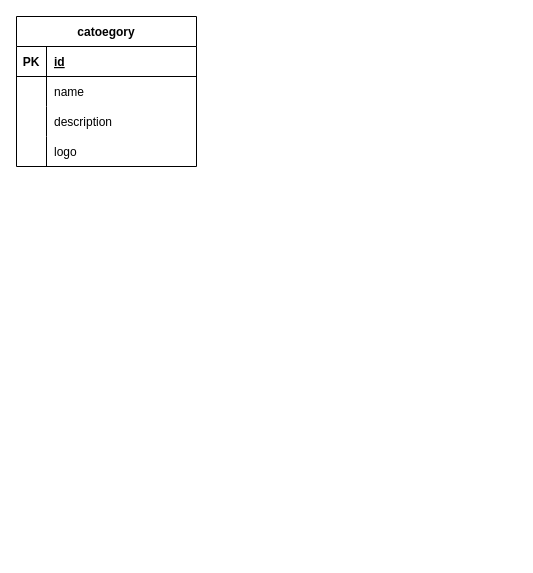
Before: page "Page-2" (2 of 2) of app-design.drawio in luonverak/web_blog, a draw.io diagram. Source tidied: cells renumbered, new cells numbered last; positions are measured from the earlier drawing's top-left corner, leaving out a move shared by most shapes. Both pictures are drawn from the tidied source at 100%, with x=0, y=0 at pixel (16, 16).
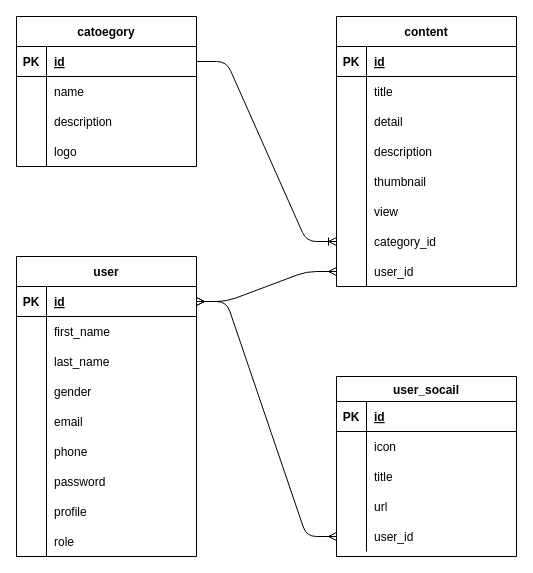
Above is the later version.

The change refers to these unchanged cells:
```xml
<mxCell id="3" style="shape=tableRow;horizontal=0;startSize=0;swimlaneHead=0;swimlaneBody=0;fillColor=none;points=[[0,0.5],[1,0.5]];portConstraint=eastwest;top=0;left=0;right=0;bottom=1;" parent="2" vertex="1">
  <mxGeometry y="30" width="180" height="30" as="geometry" />
</mxCell>
```

What changed in the source:
```diff
@@
+    <mxCell id="15" value="user" style="shape=table;startSize=30;childLayout=tableLayout;rowLines=0;fontStyle=1;align=center;" parent="1" vertex="1">
+      <mxGeometry y="240" width="180" height="300" as="geometry" />
+    </mxCell>
+    <mxCell id="16" style="shape=tableRow;horizontal=0;startSize=0;swimlaneHead=0;swimlaneBody=0;fillColor=none;points=[[0,0.5],[1,0.5]];portConstraint=eastwest;top=0;left=0;right=0;bottom=1;" parent="15" vertex="1">
+      <mxGeometry y="30" width="180" height="30" as="geometry" />
+    </mxCell>
+    <mxCell id="17" value="PK" style="shape=partialRectangle;fillColor=none;top=0;left=0;bottom=0;right=0;fontStyle=1;overflow=hidden;" parent="16" vertex="1">
+      <mxGeometry width="30" height="30" as="geometry" />
+    </mxCell>
+    <mxCell id="18" value="id" style="shape=partialRectangle;fillColor=none;top=0;left=0;bottom=0;right=0;align=left;spacingLeft=6;fontStyle=5;overflow=hidden;" parent="16" vertex="1">
+      <mxGeometry x="30" width="150" height="30" as="geometry" />
+    </mxCell>
+    <mxCell id="19" style="shape=tableRow;horizontal=0;startSize=0;swimlaneHead=0;swimlaneBody=0;fillColor=none;top=0;left=0;right=0;bottom=0;" parent="15" vertex="1">
+      <mxGeometry y="60" width="180" height="30" as="geometry" />
+    </mxCell>
+    <mxCell id="20" style="shape=partialRectangle;fillColor=none;top=0;left=0;bottom=0;right=0;overflow=hidden;" parent="19" vertex="1">
+      <mxGeometry width="30" height="30" as="geometry" />
+    </mxCell>
+    <mxCell id="21" value="first_name" style="shape=partialRectangle;fillColor=none;top=0;left=0;bottom=0;right=0;align=left;spacingLeft=6;overflow=hidden;" parent="19" vertex="1">
+      <mxGeometry x="30" width="150" height="30" as="geometry" />
+    </mxCell>
+    <mxCell id="22" style="shape=tableRow;horizontal=0;startSize=0;swimlaneHead=0;swimlaneBody=0;fillColor=none;top=0;left=0;right=0;bottom=0;" parent="15" vertex="1">
+      <mxGeometry y="90" width="180" height="30" as="geometry" />
+    </mxCell>
+    <mxCell id="23" style="shape=partialRectangle;fillColor=none;top=0;left=0;bottom=0;right=0;overflow=hidden;" parent="22" vertex="1">
+      <mxGeometry width="30" height="30" as="geometry" />
+    </mxCell>
+    <mxCell id="24" value="last_name" style="shape=partialRectangle;fillColor=none;top=0;left=0;bottom=0;right=0;align=left;spacingLeft=6;overflow=hidden;" parent="22" vertex="1">
+      <mxGeometry x="30" width="150" height="30" as="geometry" />
+    </mxCell>
+    <mxCell id="25" style="shape=tableRow;horizontal=0;startSize=0;swimlaneHead=0;swimlaneBody=0;fillColor=none;top=0;left=0;right=0;bottom=0;" parent="15" vertex="1">
+      <mxGeometry y="120" width="180" height="30" as="geometry" />
+    </mxCell>
+    <mxCell id="26" style="shape=partialRectangle;fillColor=none;top=0;left=0;bottom=0;right=0;overflow=hidden;" parent="25" vertex="1">
+      <mxGeometry width="30" height="30" as="geometry" />
+    </mxCell>
+    <mxCell id="27" value="gender" style="shape=partialRectangle;fillColor=none;top=0;left=0;bottom=0;right=0;align=left;spacingLeft=6;overflow=hidden;" parent="25" vertex="1">
+      <mxGeometry x="30" width="150" height="30" as="geometry" />
+    </mxCell>
+    <mxCell id="28" style="shape=tableRow;horizontal=0;startSize=0;swimlaneHead=0;swimlaneBody=0;fillColor=none;top=0;left=0;right=0;bottom=0;" parent="15" vertex="1">
+      <mxGeometry y="150" width="180" height="30" as="geometry" />
+    </mxCell>
+    <mxCell id="29" style="shape=partialRectangle;fillColor=none;top=0;left=0;bottom=0;right=0;overflow=hidden;" parent="28" vertex="1">
+      <mxGeometry width="30" height="30" as="geometry" />
+    </mxCell>
+    <mxCell id="30" value="email" style="shape=partialRectangle;fillColor=none;top=0;left=0;bottom=0;right=0;align=left;spacingLeft=6;overflow=hidden;" parent="28" vertex="1">
+      <mxGeometry x="30" width="150" height="30" as="geometry" />
+    </mxCell>
+    <mxCell id="31" style="shape=tableRow;horizontal=0;startSize=0;swimlaneHead=0;swimlaneBody=0;fillColor=none;top=0;left=0;right=0;bottom=0;" parent="15" vertex="1">
+      <mxGeometry y="180" width="180" height="30" as="geometry" />
+    </mxCell>
+    <mxCell id="32" style="shape=partialRectangle;fillColor=none;top=0;left=0;bottom=0;right=0;overflow=hidden;" parent="31" vertex="1">
+      <mxGeometry width="30" height="30" as="geometry" />
+    </mxCell>
+    <mxCell id="33" value="phone" style="shape=partialRectangle;fillColor=none;top=0;left=0;bottom=0;right=0;align=left;spacingLeft=6;overflow=hidden;" parent="31" vertex="1">
+      <mxGeometry x="30" width="150" height="30" as="geometry" />
+    </mxCell>
+    <mxCell id="34" style="shape=tableRow;horizontal=0;startSize=0;swimlaneHead=0;swimlaneBody=0;fillColor=none;top=0;left=0;right=0;bottom=0;" parent="15" vertex="1">
+      <mxGeometry y="210" width="180" height="30" as="geometry" />
+    </mxCell>
+    <mxCell id="35" style="shape=partialRectangle;fillColor=none;top=0;left=0;bottom=0;right=0;overflow=hidden;" parent="34" vertex="1">
+      <mxGeometry width="30" height="30" as="geometry" />
+    </mxCell>
+    <mxCell id="36" value="password" style="shape=partialRectangle;fillColor=none;top=0;left=0;bottom=0;right=0;align=left;spacingLeft=6;overflow=hidden;" parent="34" vertex="1">
+      <mxGeometry x="30" width="150" height="30" as="geometry" />
+    </mxCell>
+    <mxCell id="37" style="shape=tableRow;horizontal=0;startSize=0;swimlaneHead=0;swimlaneBody=0;fillColor=none;top=0;left=0;right=0;bottom=0;" parent="15" vertex="1">
+      <mxGeometry y="240" width="180" height="30" as="geometry" />
+    </mxCell>
+    <mxCell id="38" style="shape=partialRectangle;fillColor=none;top=0;left=0;bottom=0;right=0;overflow=hidden;" parent="37" vertex="1">
+      <mxGeometry width="30" height="30" as="geometry" />
+    </mxCell>
+    <mxCell id="39" value="profile" style="shape=partialRectangle;fillColor=none;top=0;left=0;bottom=0;right=0;align=left;spacingLeft=6;overflow=hidden;" parent="37" vertex="1">
+      <mxGeometry x="30" width="150" height="30" as="geometry" />
+    </mxCell>
+    <mxCell id="40" style="shape=tableRow;horizontal=0;startSize=0;swimlaneHead=0;swimlaneBody=0;fillColor=none;top=0;left=0;right=0;bottom=0;" parent="15" vertex="1">
+      <mxGeometry y="270" width="180" height="30" as="geometry" />
+    </mxCell>
+    <mxCell id="41" style="shape=partialRectangle;fillColor=none;top=0;left=0;bottom=0;right=0;overflow=hidden;" parent="40" vertex="1">
+      <mxGeometry width="30" height="30" as="geometry" />
+    </mxCell>
+    <mxCell id="42" value="role" style="shape=partialRectangle;fillColor=none;top=0;left=0;bottom=0;right=0;align=left;spacingLeft=6;overflow=hidden;" parent="40" vertex="1">
+      <mxGeometry x="30" width="150" height="30" as="geometry" />
+    </mxCell>
+    <mxCell id="43" value="content" style="shape=table;startSize=30;childLayout=tableLayout;rowLines=0;fontStyle=1;align=center;" parent="1" vertex="1">
+      <mxGeometry x="320" width="180" height="270" as="geometry" />
+    </mxCell>
+    <mxCell id="44" style="shape=tableRow;horizontal=0;startSize=0;swimlaneHead=0;swimlaneBody=0;fillColor=none;top=0;left=0;right=0;bottom=1;" parent="43" vertex="1">
+      <mxGeometry y="30" width="180" height="30" as="geometry" />
+    </mxCell>
+    <mxCell id="45" value="PK" style="shape=partialRectangle;fillColor=none;top=0;left=0;bottom=0;right=0;fontStyle=1;overflow=hidden;" parent="44" vertex="1">
+      <mxGeometry width="30" height="30" as="geometry" />
+    </mxCell>
+    <mxCell id="46" value="id" style="shape=partialRectangle;fillColor=none;top=0;left=0;bottom=0;right=0;align=left;spacingLeft=6;fontStyle=5;overflow=hidden;" parent="44" vertex="1">
+      <mxGeometry x="30" width="150" height="30" as="geometry" />
+    </mxCell>
+    <mxCell id="47" style="shape=tableRow;horizontal=0;startSize=0;swimlaneHead=0;swimlaneBody=0;fillColor=none;top=0;left=0;right=0;bottom=0;" parent="43" vertex="1">
+      <mxGeometry y="60" width="180" height="30" as="geometry" />
+    </mxCell>
+    <mxCell id="48" style="shape=partialRectangle;fillColor=none;top=0;left=0;bottom=0;right=0;overflow=hidden;" parent="47" vertex="1">
+      <mxGeometry width="30" height="30" as="geometry" />
+    </mxCell>
+    <mxCell id="49" value="title" style="shape=partialRectangle;fillColor=none;top=0;left=0;bottom=0;right=0;align=left;spacingLeft=6;overflow=hidden;" parent="47" vertex="1">
+      <mxGeometry x="30" width="150" height="30" as="geometry" />
+    </mxCell>
+    <mxCell id="50" style="shape=tableRow;horizontal=0;startSize=0;swimlaneHead=0;swimlaneBody=0;fillColor=none;top=0;left=0;right=0;bottom=0;" parent="43" vertex="1">
+      <mxGeometry y="90" width="180" height="30" as="geometry" />
+    </mxCell>
+    <mxCell id="51" style="shape=partialRectangle;fillColor=none;top=0;left=0;bottom=0;right=0;overflow=hidden;" parent="50" vertex="1">
+      <mxGeometry width="30" height="30" as="geometry" />
+    </mxCell>
+    <mxCell id="52" value="detail" style="shape=partialRectangle;fillColor=none;top=0;left=0;bottom=0;right=0;align=left;spacingLeft=6;overflow=hidden;" parent="50" vertex="1">
+      <mxGeometry x="30" width="150" height="30" as="geometry" />
+    </mxCell>
+    <mxCell id="53" style="shape=tableRow;horizontal=0;startSize=0;swimlaneHead=0;swimlaneBody=0;fillColor=none;top=0;left=0;right=0;bottom=0;" parent="43" vertex="1">
+      <mxGeometry y="120" width="180" height="30" as="geometry" />
+    </mxCell>
+    <mxCell id="54" style="shape=partialRectangle;fillColor=none;top=0;left=0;bottom=0;right=0;overflow=hidden;" parent="53" vertex="1">
+      <mxGeometry width="30" height="30" as="geometry" />
+    </mxCell>
+    <mxCell id="55" value="description" style="shape=partialRectangle;fillColor=none;top=0;left=0;bottom=0;right=0;align=left;spacingLeft=6;overflow=hidden;" parent="53" vertex="1">
+      <mxGeometry x="30" width="150" height="30" as="geometry" />
+    </mxCell>
+    <mxCell id="56" style="shape=tableRow;horizontal=0;startSize=0;swimlaneHead=0;swimlaneBody=0;fillColor=none;top=0;left=0;right=0;bottom=0;" parent="43" vertex="1">
+      <mxGeometry y="150" width="180" height="30" as="geometry" />
+    </mxCell>
+    <mxCell id="57" style="shape=partialRectangle;fillColor=none;top=0;left=0;bottom=0;right=0;overflow=hidden;" parent="56" vertex="1">
+      <mxGeometry width="30" height="30" as="geometry" />
+    </mxCell>
+    <mxCell id="58" value="thumbnail" style="shape=partialRectangle;fillColor=none;top=0;left=0;bottom=0;right=0;align=left;spacingLeft=6;overflow=hidden;" parent="56" vertex="1">
+      <mxGeometry x="30" width="150" height="30" as="geometry" />
+    </mxCell>
+    <mxCell id="59" style="shape=tableRow;horizontal=0;startSize=0;swimlaneHead=0;swimlaneBody=0;fillColor=none;top=0;left=0;right=0;bottom=0;" parent="43" vertex="1">
+      <mxGeometry y="180" width="180" height="30" as="geometry" />
+    </mxCell>
+    <mxCell id="60" style="shape=partialRectangle;fillColor=none;top=0;left=0;bottom=0;right=0;overflow=hidden;" parent="59" vertex="1">
+      <mxGeometry width="30" height="30" as="geometry" />
+    </mxCell>
+    <mxCell id="61" value="view" style="shape=partialRectangle;fillColor=none;top=0;left=0;bottom=0;right=0;align=left;spacingLeft=6;overflow=hidden;" parent="59" vertex="1">
+      <mxGeometry x="30" width="150" height="30" as="geometry" />
+    </mxCell>
+    <mxCell id="62" style="shape=tableRow;horizontal=0;startSize=0;swimlaneHead=0;swimlaneBody=0;fillColor=none;points=[[0,0.5],[1,0.5]];portConstraint=eastwest;top=0;left=0;right=0;bottom=0;" parent="43" vertex="1">
+      <mxGeometry y="210" width="180" height="30" as="geometry" />
+    </mxCell>
+    <mxCell id="63" style="shape=partialRectangle;fillColor=none;top=0;left=0;bottom=0;right=0;overflow=hidden;" parent="62" vertex="1">
+      <mxGeometry width="30" height="30" as="geometry" />
+    </mxCell>
+    <mxCell id="64" value="category_id" style="shape=partialRectangle;fillColor=none;top=0;left=0;bottom=0;right=0;align=left;spacingLeft=6;overflow=hidden;" parent="62" vertex="1">
+      <mxGeometry x="30" width="150" height="30" as="geometry" />
+    </mxCell>
+    <mxCell id="65" style="shape=tableRow;horizontal=0;startSize=0;swimlaneHead=0;swimlaneBody=0;fillColor=none;points=[[0,0.5],[1,0.5]];portConstraint=eastwest;top=0;left=0;right=0;bottom=0;" parent="43" vertex="1">
+      <mxGeometry y="240" width="180" height="30" as="geometry" />
+    </mxCell>
+    <mxCell id="66" style="shape=partialRectangle;fillColor=none;top=0;left=0;bottom=0;right=0;overflow=hidden;" parent="65" vertex="1">
+      <mxGeometry width="30" height="30" as="geometry" />
+    </mxCell>
+    <mxCell id="67" value="user_id" style="shape=partialRectangle;fillColor=none;top=0;left=0;bottom=0;right=0;align=left;spacingLeft=6;overflow=hidden;" parent="65" vertex="1">
+      <mxGeometry x="30" width="150" height="30" as="geometry" />
+    </mxCell>
+    <mxCell id="68" style="edgeStyle=entityRelationEdgeStyle;fontSize=12;html=1;endArrow=ERoneToMany;exitX=1;exitY=0.5;exitDx=0;exitDy=0;entryX=0;entryY=0.5;entryDx=0;entryDy=0;" parent="1" edge="1" source="3" target="62">
+      <mxGeometry relative="1" as="geometry" />
+    </mxCell>
+    <mxCell id="69" style="edgeStyle=entityRelationEdgeStyle;fontSize=12;html=1;endArrow=ERmany;startArrow=ERmany;" parent="1" edge="1" source="16" target="65">
+      <mxGeometry relative="1" as="geometry" />
+    </mxCell>
+    <mxCell id="70" value="user_socail" style="shape=table;startSize=25;childLayout=tableLayout;rowLines=0;fontStyle=1;align=center;" parent="1" vertex="1">
+      <mxGeometry x="320" y="360" width="180" height="180" as="geometry" />
+    </mxCell>
+    <mxCell id="71" style="shape=tableRow;horizontal=0;startSize=0;swimlaneHead=0;swimlaneBody=0;fillColor=none;top=0;left=0;right=0;bottom=1;" parent="70" vertex="1">
+      <mxGeometry y="25" width="180" height="30" as="geometry" />
+    </mxCell>
+    <mxCell id="72" value="PK" style="shape=partialRectangle;fillColor=none;top=0;left=0;bottom=0;right=0;fontStyle=1;overflow=hidden;" parent="71" vertex="1">
+      <mxGeometry width="30" height="30" as="geometry" />
+    </mxCell>
+    <mxCell id="73" value="id" style="shape=partialRectangle;fillColor=none;top=0;left=0;bottom=0;right=0;align=left;spacingLeft=6;fontStyle=5;overflow=hidden;" parent="71" vertex="1">
+      <mxGeometry x="30" width="150" height="30" as="geometry" />
+    </mxCell>
+    <mxCell id="74" style="shape=tableRow;horizontal=0;startSize=0;swimlaneHead=0;swimlaneBody=0;fillColor=none;top=0;left=0;right=0;bottom=0;" parent="70" vertex="1">
+      <mxGeometry y="55" width="180" height="30" as="geometry" />
+    </mxCell>
+    <mxCell id="75" style="shape=partialRectangle;fillColor=none;top=0;left=0;bottom=0;right=0;overflow=hidden;" parent="74" vertex="1">
+      <mxGeometry width="30" height="30" as="geometry" />
+    </mxCell>
+    <mxCell id="76" value="icon" style="shape=partialRectangle;fillColor=none;top=0;left=0;bottom=0;right=0;align=left;spacingLeft=6;overflow=hidden;" parent="74" vertex="1">
+      <mxGeometry x="30" width="150" height="30" as="geometry" />
+    </mxCell>
+    <mxCell id="77" style="shape=tableRow;horizontal=0;startSize=0;swimlaneHead=0;swimlaneBody=0;fillColor=none;top=0;left=0;right=0;bottom=0;" parent="70" vertex="1">
+      <mxGeometry y="85" width="180" height="30" as="geometry" />
+    </mxCell>
+    <mxCell id="78" style="shape=partialRectangle;fillColor=none;top=0;left=0;bottom=0;right=0;overflow=hidden;" parent="77" vertex="1">
+      <mxGeometry width="30" height="30" as="geometry" />
+    </mxCell>
+    <mxCell id="79" value="title" style="shape=partialRectangle;fillColor=none;top=0;left=0;bottom=0;right=0;align=left;spacingLeft=6;overflow=hidden;" parent="77" vertex="1">
+      <mxGeometry x="30" width="150" height="30" as="geometry" />
+    </mxCell>
+    <mxCell id="80" style="shape=tableRow;horizontal=0;startSize=0;swimlaneHead=0;swimlaneBody=0;fillColor=none;top=0;left=0;right=0;bottom=0;" parent="70" vertex="1">
+      <mxGeometry y="115" width="180" height="30" as="geometry" />
+    </mxCell>
+    <mxCell id="81" style="shape=partialRectangle;fillColor=none;top=0;left=0;bottom=0;right=0;overflow=hidden;" parent="80" vertex="1">
+      <mxGeometry width="30" height="30" as="geometry" />
+    </mxCell>
+    <mxCell id="82" value="url" style="shape=partialRectangle;fillColor=none;top=0;left=0;bottom=0;right=0;align=left;spacingLeft=6;overflow=hidden;" parent="80" vertex="1">
+      <mxGeometry x="30" width="150" height="30" as="geometry" />
+    </mxCell>
+    <mxCell id="83" style="shape=tableRow;horizontal=0;startSize=0;swimlaneHead=0;swimlaneBody=0;fillColor=none;points=[[0,0.5],[1,0.5]];portConstraint=eastwest;top=0;left=0;right=0;bottom=0;" parent="70" vertex="1">
+      <mxGeometry y="145" width="180" height="30" as="geometry" />
+    </mxCell>
+    <mxCell id="84" style="shape=partialRectangle;fillColor=none;top=0;left=0;bottom=0;right=0;overflow=hidden;" parent="83" vertex="1">
+      <mxGeometry width="30" height="30" as="geometry" />
+    </mxCell>
+    <mxCell id="85" value="user_id" style="shape=partialRectangle;fillColor=none;top=0;left=0;bottom=0;right=0;align=left;spacingLeft=6;overflow=hidden;" parent="83" vertex="1">
+      <mxGeometry x="30" width="150" height="30" as="geometry" />
+    </mxCell>
+    <mxCell id="86" style="edgeStyle=entityRelationEdgeStyle;fontSize=12;html=1;endArrow=ERmany;startArrow=ERmany;exitX=1;exitY=0.5;exitDx=0;exitDy=0;entryX=0;entryY=0.5;entryDx=0;entryDy=0;" parent="1" edge="1" source="16" target="83">
+      <mxGeometry relative="1" as="geometry" />
+    </mxCell>
```
